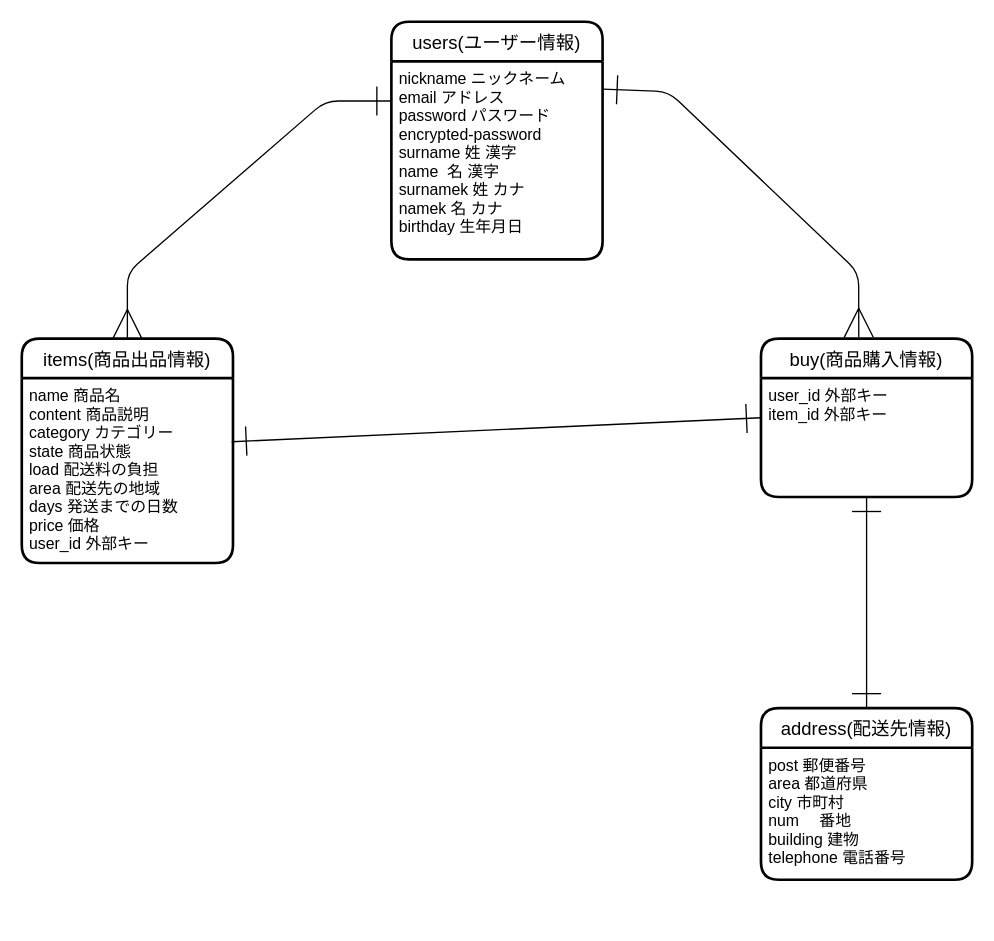
The draw.io diagram test.dio in arakikeita/furima-38559, before the edit. Source tidied: cells renumbered, new cells numbered last; positions are measured from the earlier drawing's top-left corner, leaving out a move shared by most shapes. Both pictures are drawn from the tidied source at 132%, with x=0, y=0 at pixel (21, 21).
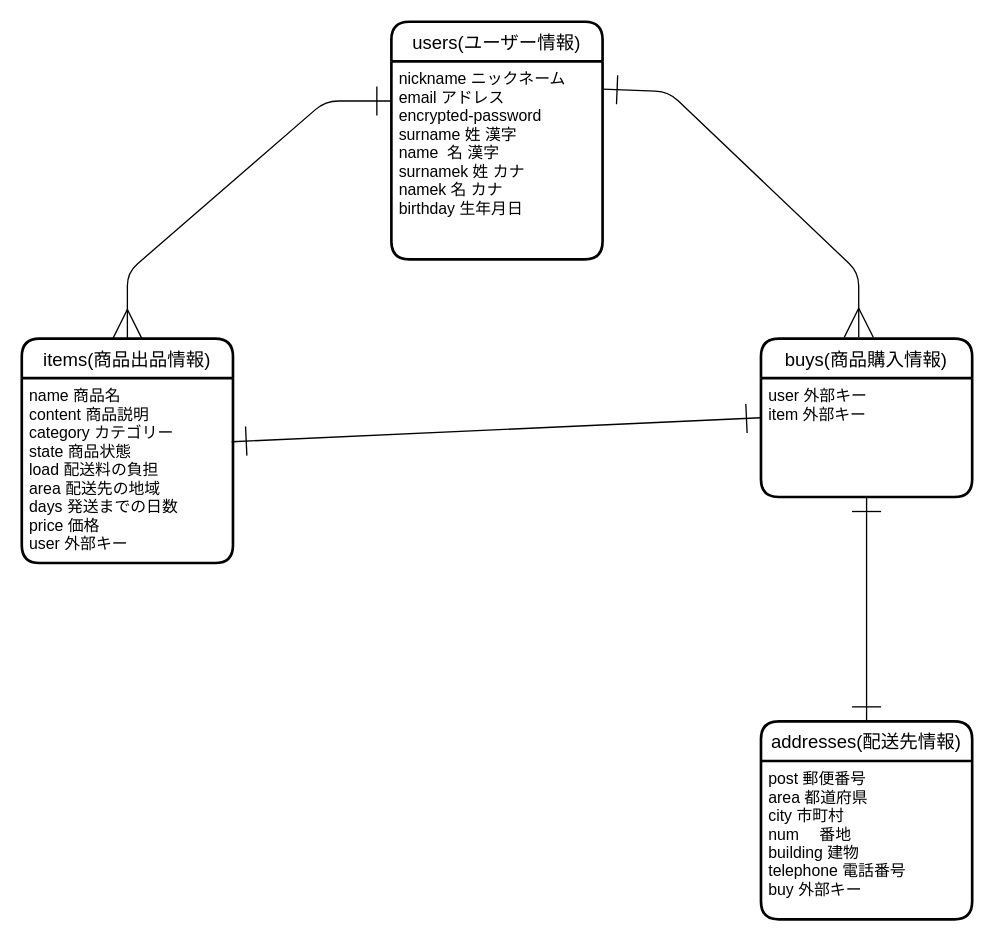
The same page after the edit.

Commit message:
DB設計　修正4回目

What changed in the source:
```diff
@@
 <mxGraphModel>
   <root>
     <mxCell id="0" />
     <mxCell id="1" parent="0" />
     <mxCell id="2" value="users(ユーザー情報)" style="swimlane;horizontal=1;startSize=30;rounded=1;fontSize=14;fontStyle=0;strokeWidth=2;shadow=0;dashed=0;align=center;" parent="1" vertex="1">
       <mxGeometry x="280" width="160" height="180" as="geometry" />
     </mxCell>
-    <mxCell id="3" value="nickname ニックネーム&#10;email アドレス&#10;password パスワード&#10;encrypted-password&#10;surname 姓 漢字&#10;name  名 漢字&#10;surnamek 姓 カナ&#10;namek 名 カナ&#10;birthday 生年月日" style="align=left;strokeColor=none;fillColor=none;spacingLeft=4;fontSize=12;verticalAlign=top;" parent="2" vertex="1">
+    <mxCell id="3" value="nickname ニックネーム&#10;email アドレス&#10;encrypted-password&#10;surname 姓 漢字&#10;name  名 漢字&#10;surnamek 姓 カナ&#10;namek 名 カナ&#10;birthday 生年月日" style="align=left;strokeColor=none;fillColor=none;spacingLeft=4;fontSize=12;verticalAlign=top;" parent="2" vertex="1">
       <mxGeometry y="30" width="160" height="150" as="geometry" />
     </mxCell>
     <mxCell id="4" value="items(商品出品情報)" style="swimlane;horizontal=1;startSize=30;rounded=1;fontSize=14;fontStyle=0;strokeWidth=2;shadow=0;dashed=0;align=center;" parent="1" vertex="1">
       <mxGeometry y="240" width="160" height="170" as="geometry" />
     </mxCell>
-    <mxCell id="5" value="name 商品名&#10;content 商品説明&#10;category カテゴリー&#10;state 商品状態&#10;load 配送料の負担&#10;area 配送先の地域&#10;days 発送までの日数&#10;price 価格&#10;user_id 外部キー" style="align=left;strokeColor=none;fillColor=none;spacingLeft=4;fontSize=12;verticalAlign=top;" parent="4" vertex="1">
+    <mxCell id="5" value="name 商品名&#10;content 商品説明&#10;category カテゴリー&#10;state 商品状態&#10;load 配送料の負担&#10;area 配送先の地域&#10;days 発送までの日数&#10;price 価格&#10;user 外部キー" style="align=left;strokeColor=none;fillColor=none;spacingLeft=4;fontSize=12;verticalAlign=top;" parent="4" vertex="1">
       <mxGeometry y="30" width="160" height="140" as="geometry" />
     </mxCell>
-    <mxCell id="6" value="buy(商品購入情報)" style="swimlane;horizontal=1;startSize=30;rounded=1;fontSize=14;fontStyle=0;strokeWidth=2;shadow=0;dashed=0;align=center;" parent="1" vertex="1">
+    <mxCell id="6" value="buys(商品購入情報)" style="swimlane;horizontal=1;startSize=30;rounded=1;fontSize=14;fontStyle=0;strokeWidth=2;shadow=0;dashed=0;align=center;" parent="1" vertex="1">
       <mxGeometry x="560" y="240" width="160" height="120" as="geometry" />
     </mxCell>
-    <mxCell id="7" value="user_id 外部キー&#10;item_id 外部キー" style="align=left;strokeColor=none;fillColor=none;spacingLeft=4;fontSize=12;verticalAlign=top;" parent="6" vertex="1">
+    <mxCell id="7" value="user 外部キー&#10;item 外部キー" style="align=left;strokeColor=none;fillColor=none;spacingLeft=4;fontSize=12;verticalAlign=top;" parent="6" vertex="1">
       <mxGeometry y="30" width="160" height="90" as="geometry" />
     </mxCell>
-    <mxCell id="8" value="address(配送先情報)" style="swimlane;horizontal=1;startSize=30;rounded=1;fontSize=14;fontStyle=0;strokeWidth=2;shadow=0;dashed=0;align=center;" parent="1" vertex="1">
-      <mxGeometry x="560" y="520" width="160" height="130" as="geometry" />
+    <mxCell id="8" value="addresses(配送先情報)" style="swimlane;horizontal=1;startSize=30;rounded=1;fontSize=14;fontStyle=0;strokeWidth=2;shadow=0;dashed=0;align=center;" parent="1" vertex="1">
+      <mxGeometry x="560" y="530" width="160" height="150" as="geometry" />
     </mxCell>
-    <mxCell id="9" value="post 郵便番号&#10;area 都道府県&#10;city 市町村&#10;num 　番地&#10;building 建物&#10;telephone 電話番号&#10;" style="align=left;strokeColor=none;fillColor=none;spacingLeft=4;fontSize=12;verticalAlign=top;" parent="8" vertex="1">
-      <mxGeometry y="30" width="160" height="100" as="geometry" />
+    <mxCell id="9" value="post 郵便番号&#10;area 都道府県&#10;city 市町村&#10;num 　番地&#10;building 建物&#10;telephone 電話番号&#10;buy 外部キー&#10;" style="align=left;strokeColor=none;fillColor=none;spacingLeft=4;fontSize=12;verticalAlign=top;" parent="8" vertex="1">
+      <mxGeometry y="30" width="160" height="120" as="geometry" />
     </mxCell>
     <mxCell id="10" style="endArrow=ERone;startArrow=ERmany;html=1;entryX=0;entryY=0.2;entryDx=0;entryDy=0;endFill=0;startFill=0;endSize=20;startSize=20;entryPerimeter=0;" parent="1" edge="1" target="3">
       <mxGeometry relative="1" as="geometry">
         <mxPoint x="80" y="240" as="sourcePoint" />
         <Array as="points">
           <mxPoint x="80" y="190" />
           <mxPoint x="230" y="60" />
         </Array>
       </mxGeometry>
     </mxCell>
     <mxCell id="11" style="endArrow=ERmany;startArrow=ERone;html=1;startSize=20;endSize=20;entryX=0.463;entryY=-0.008;entryDx=0;entryDy=0;entryPerimeter=0;exitX=1;exitY=0.14;exitDx=0;exitDy=0;endFill=0;startFill=0;exitPerimeter=0;" parent="1" edge="1" source="3" target="6">
       <mxGeometry relative="1" as="geometry">
         <Array as="points">
           <mxPoint x="490" y="53" />
           <mxPoint x="634" y="190" />
         </Array>
       </mxGeometry>
     </mxCell>
     <mxCell id="12" style="endArrow=ERone;startArrow=ERone;html=1;startSize=20;endSize=20;entryX=0;entryY=0.5;entryDx=0;entryDy=0;exitX=0.994;exitY=0.344;exitDx=0;exitDy=0;exitPerimeter=0;endFill=0;startFill=0;" parent="1" edge="1" source="5" target="6">
       <mxGeometry relative="1" as="geometry" />
     </mxCell>
     <mxCell id="13" style="endArrow=ERone;startArrow=ERone;html=1;startSize=20;endSize=20;entryX=0.5;entryY=1;entryDx=0;entryDy=0;exitX=0.5;exitY=0;exitDx=0;exitDy=0;startFill=0;endFill=0;" parent="1" edge="1" source="8" target="7">
       <mxGeometry relative="1" as="geometry" />
     </mxCell>
   </root>
 </mxGraphModel>
```
